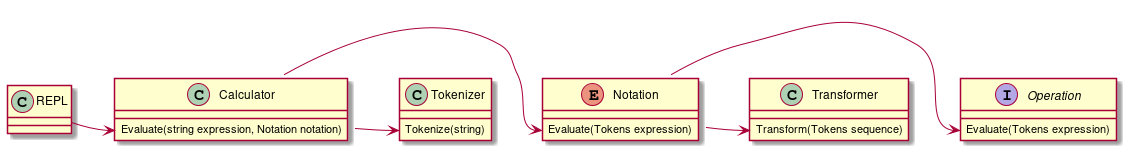
The PlantUML diagram UML/classes.png in livace/rpn-calculator, before a commit.
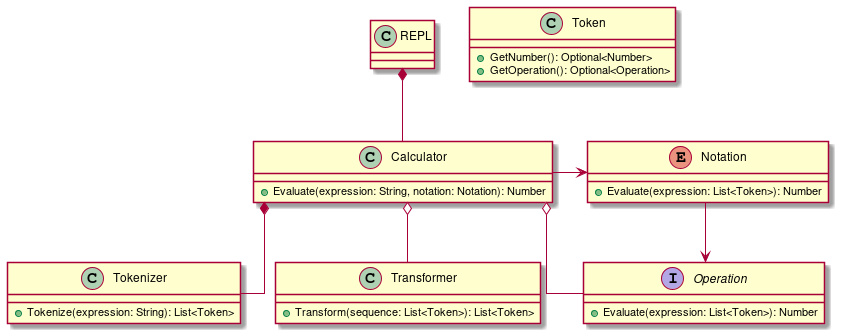
The same diagram one commit later.

Commit message:
Fixed classes uml

The edit, as a diff of the source:
```diff
@@ -1,32 +1,41 @@
 @startuml
+skinparam linetype ortho
+
+class Token {
+    +GetNumber(): Optional<Number>
+    +GetOperation(): Optional<Operation>
+}
+
 class REPL {
 }
 
 class Calculator {
-    Evaluate(string expression, Notation notation)
+    +Evaluate(expression: String, notation: Notation): Number
 }
 
 class Tokenizer {
-    Tokenize(string)
+    +Tokenize(expression: String): List<Token>
 }
 
 interface Operation {
-    Evaluate(Tokens expression)
+    +Evaluate(expression: List<Token>): Number
 }
 
 enum Notation {
-    Evaluate(Tokens expression)
+    +Evaluate(expression: List<Token>): Number
 }
 
 class Transformer {
-    Transform(Tokens sequence)
+    +Transform(sequence: List<Token>): List<Token>
 }
 
-REPL -> Calculator::Evaluate
-Calculator -> Notation::Evaluate
-Calculator -> Tokenizer::Tokenize
-Notation -> Operation::Evaluate
-Notation -> Transformer::Transform
+Calculator o-- Operation
+Calculator o-- Transformer
+Calculator *-- Tokenizer
+REPL *-- Calculator
+
+Notation -> Operation
+Calculator-> Notation
 
 
 @enduml
```
